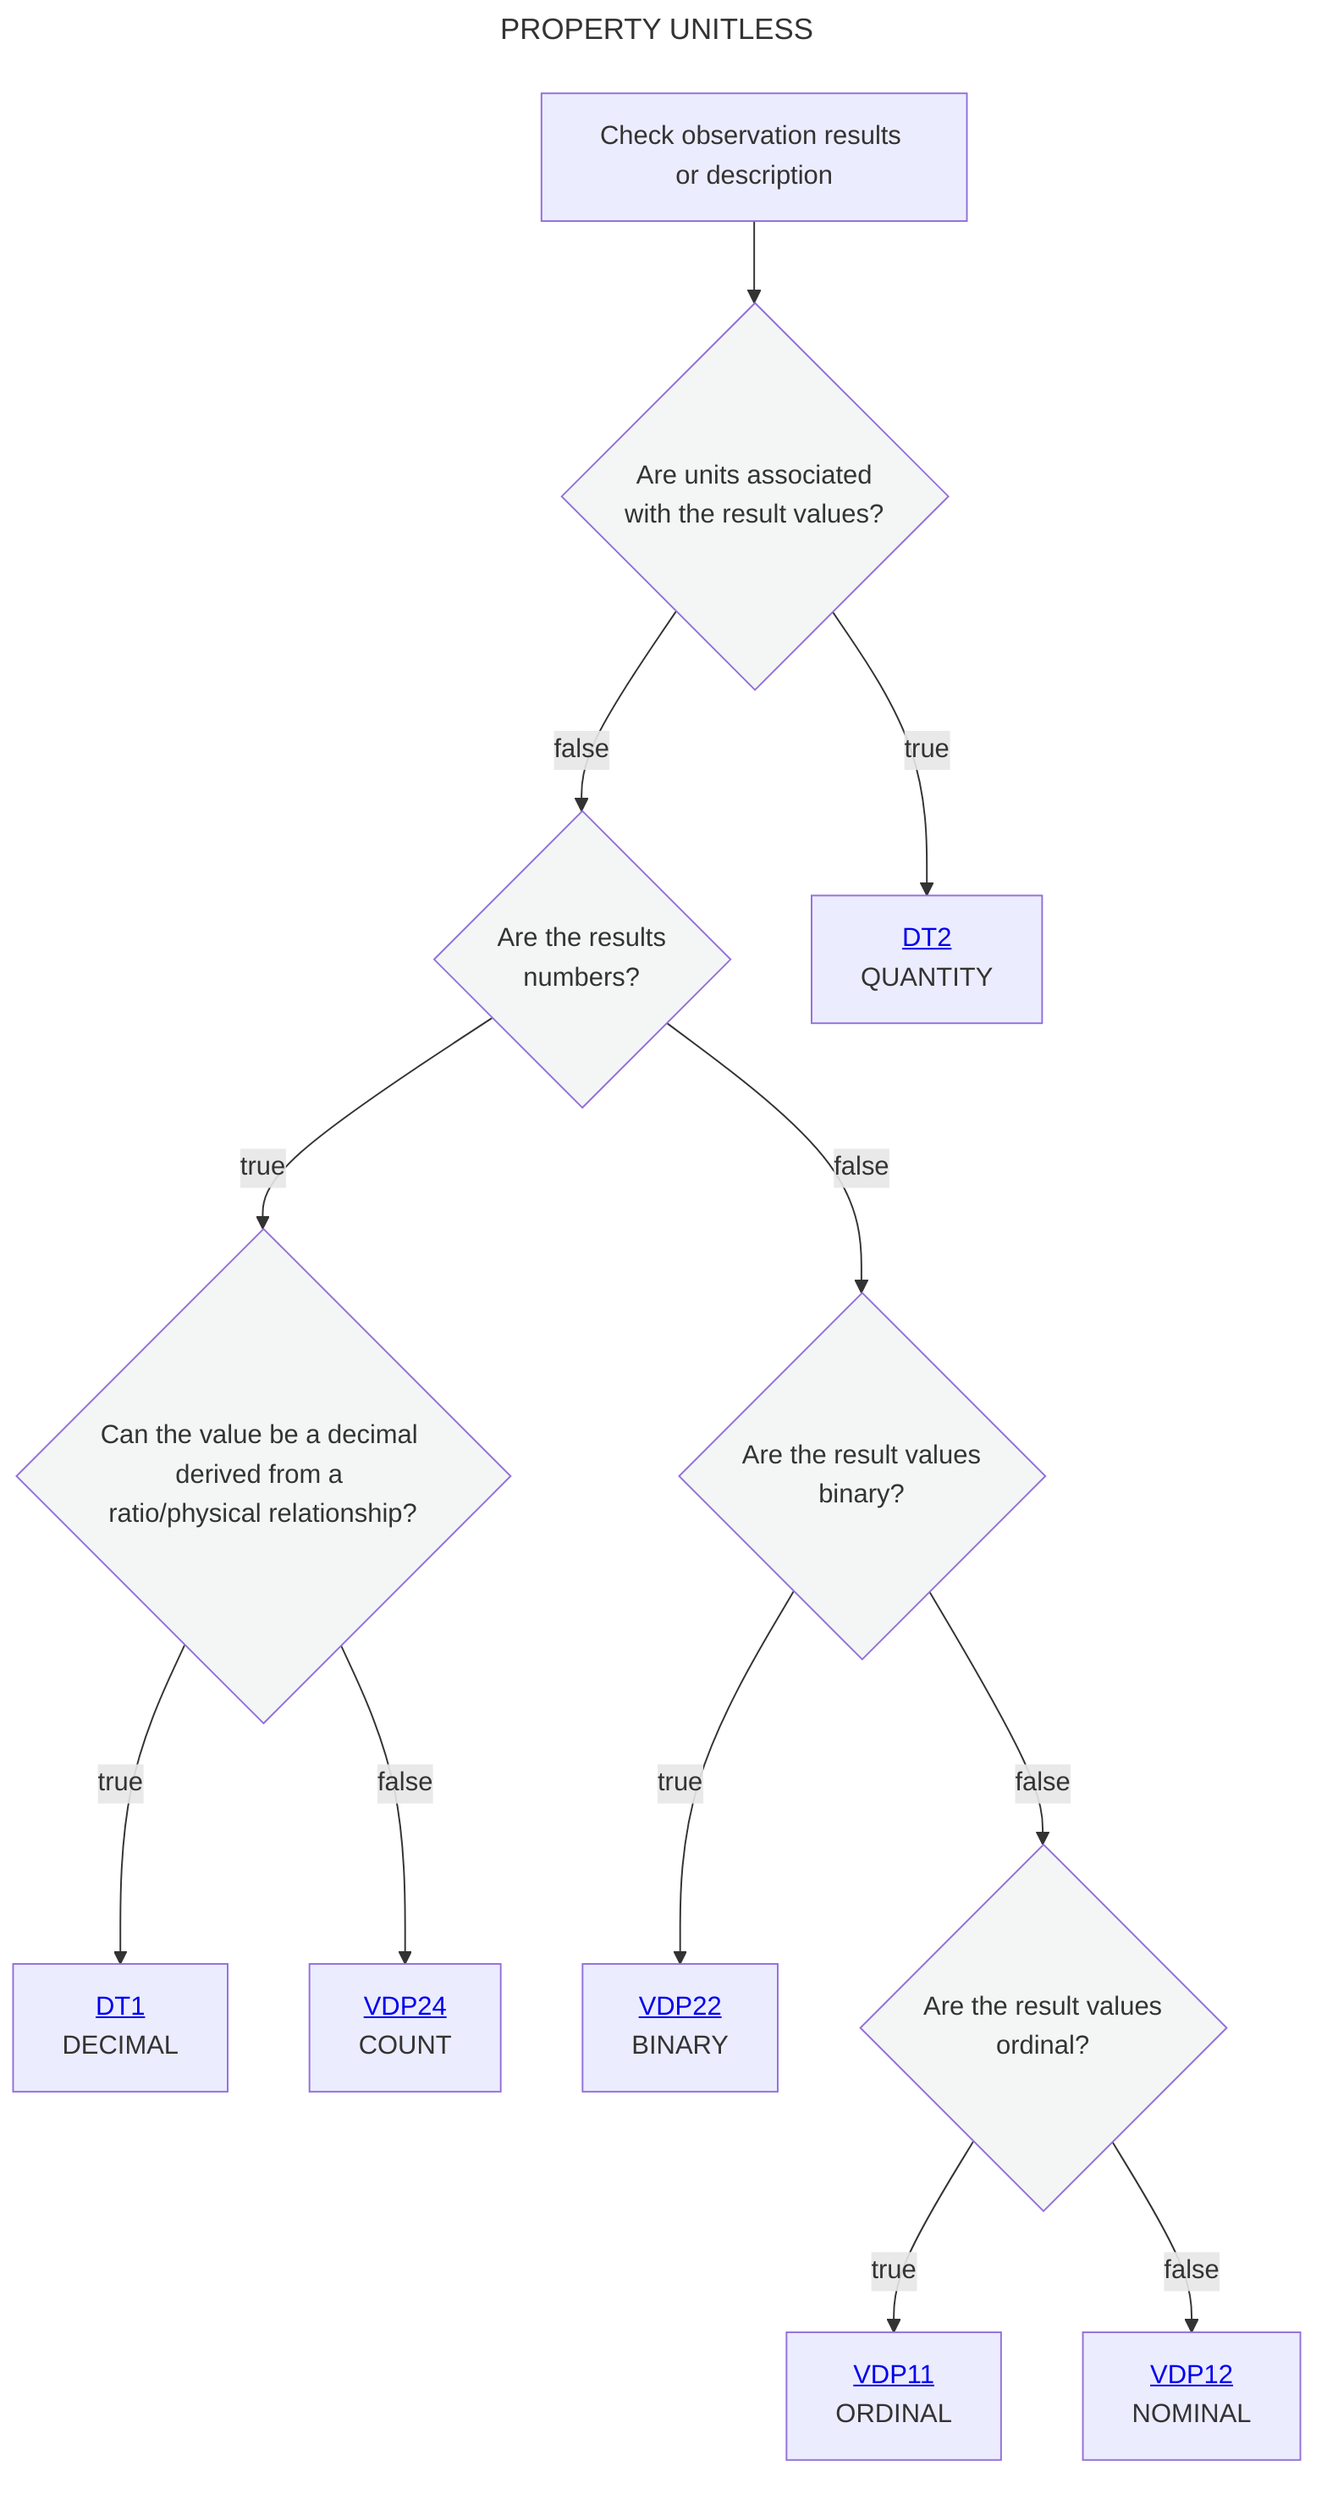
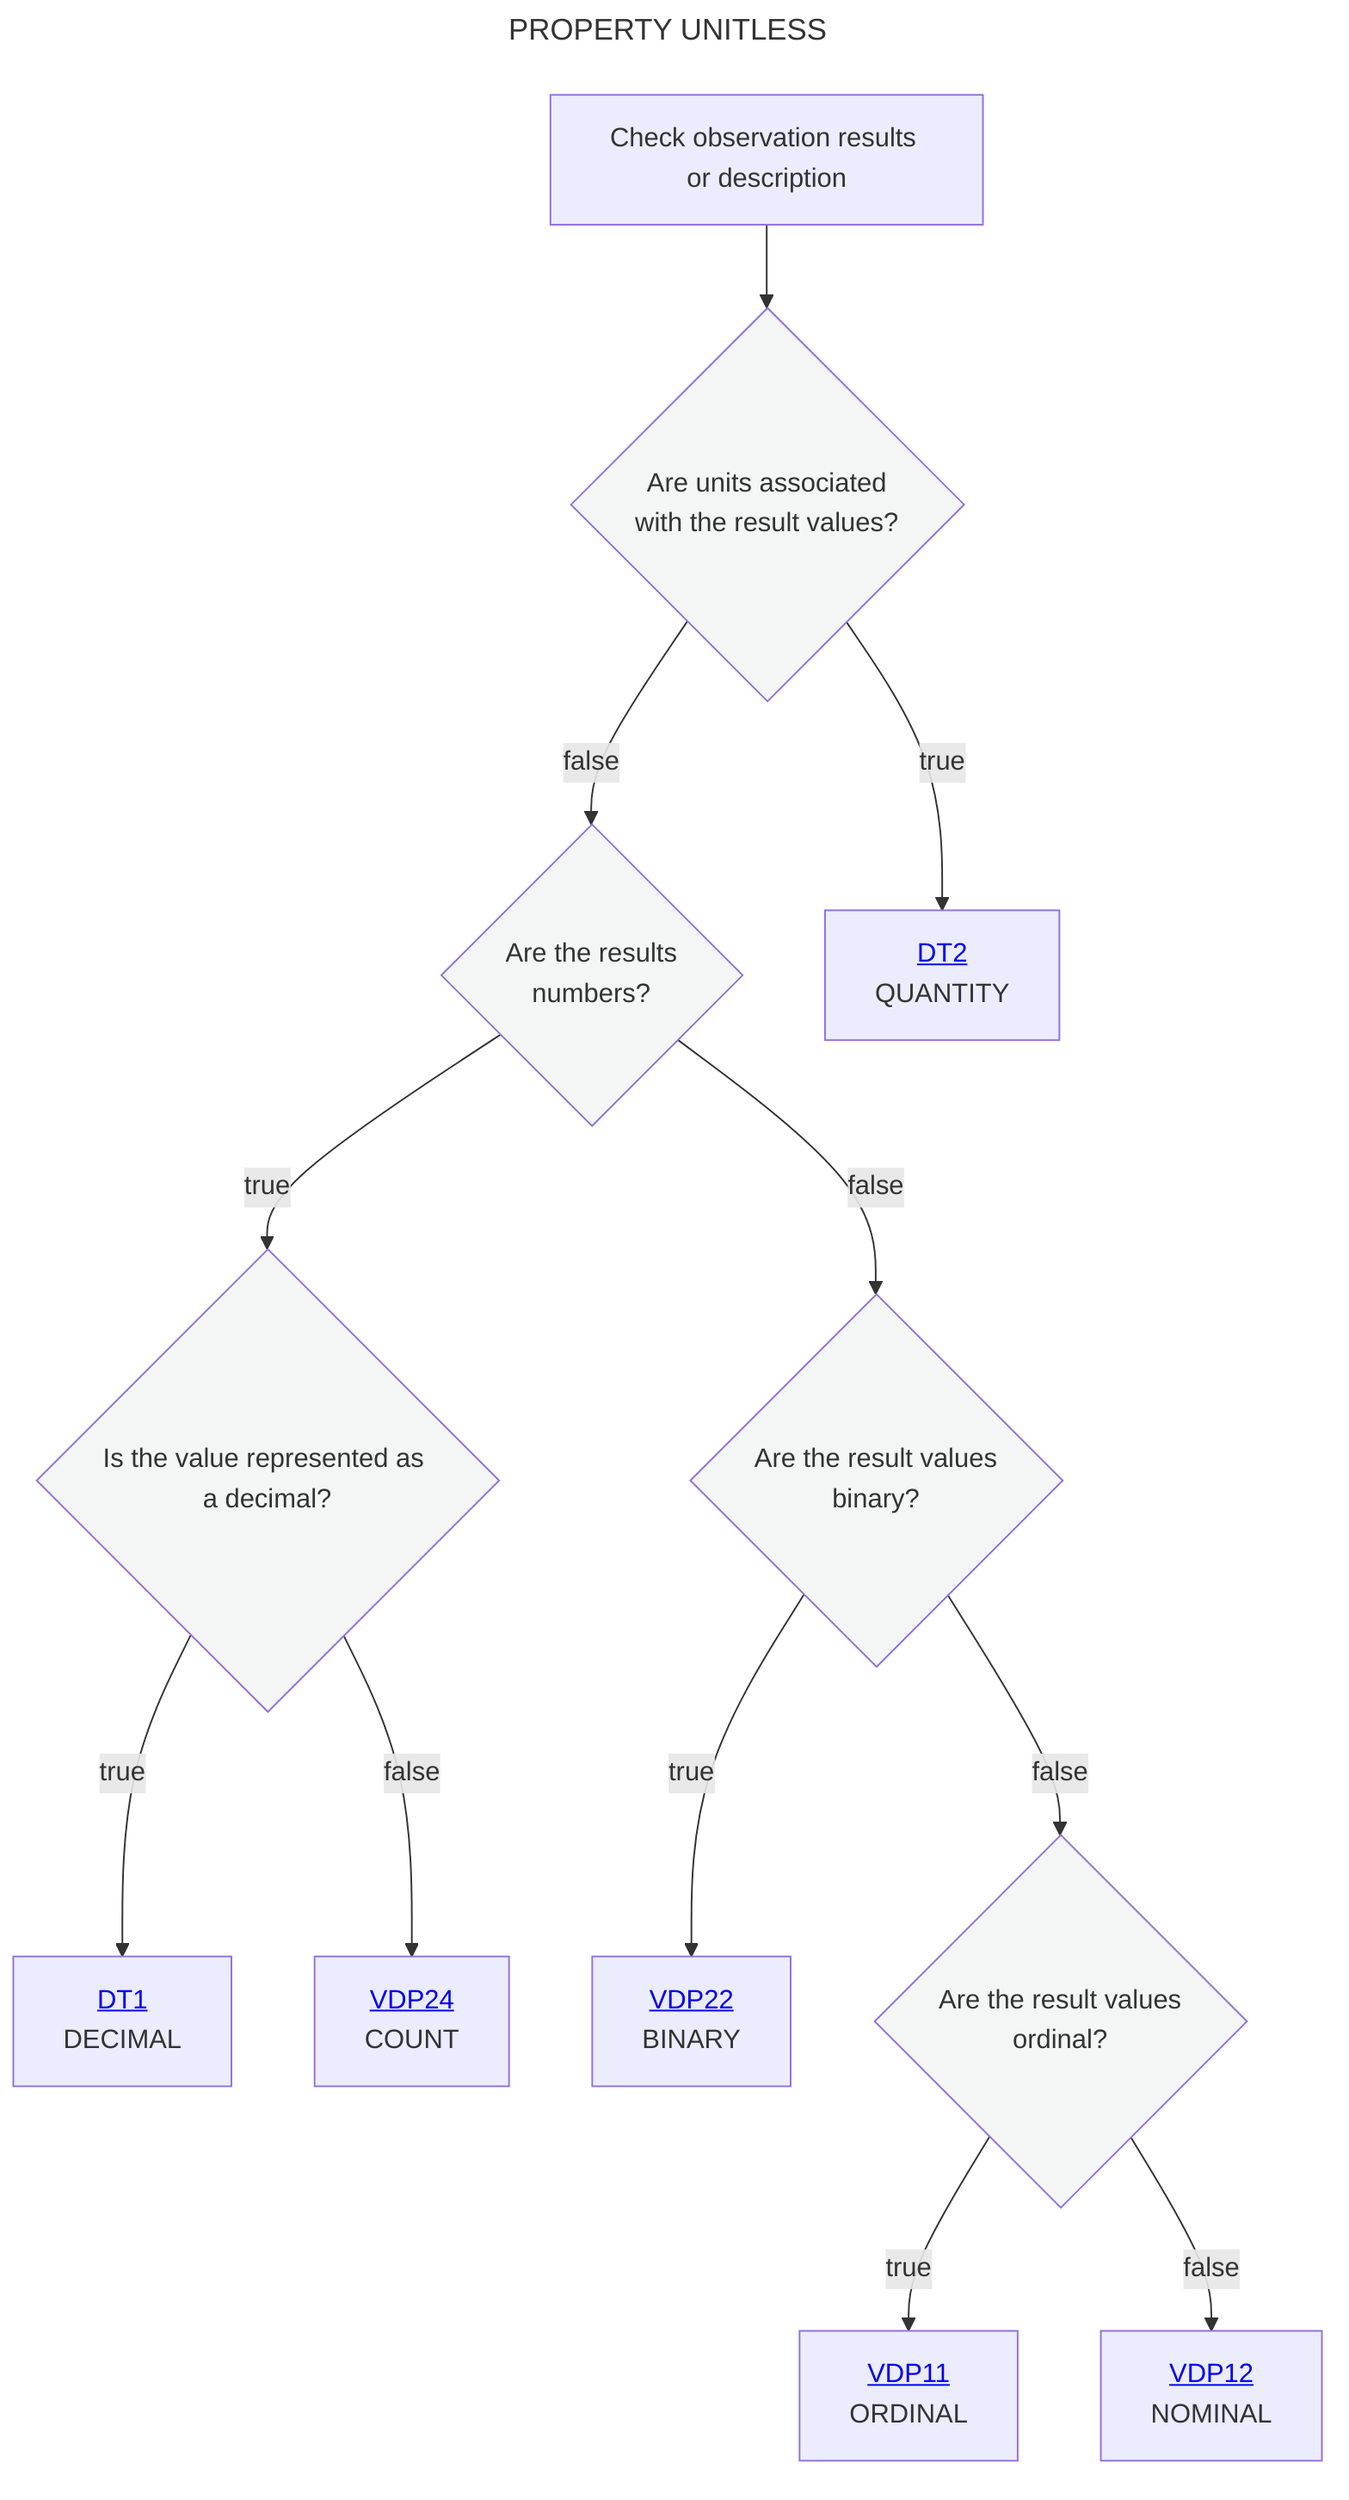
---
title: PROPERTY UNITLESS
---
flowchart TD
    A[Check observation results or description] --> B{Are units associated <br> with the result values?}:::white
    B --> |false|C{Are the results <br> numbers?}:::white
    B --> |true|D[<a href='https://github.com/mabablue/I-ADOPT-patterns-playground/blob/main/Decisition_trees/DT2.mmd'>DT2</a><br> QUANTITY]
    C --> |false|E{Are the result values <br> binary?}:::white
-     C --> |true|H{Can the value be a decimal derived from a ratio/physical relationship?}:::white
+     C --> |true|H{Is the value represented as a decimal?}:::white
    H --> |true|HI[<a href='https://github.com/mabablue/I-ADOPT-patterns-playground/blob/main/Decisition_trees/DT1.mmd'>DT1</a><br> DECIMAL]
    H --> |false|HK[<a href='https://github.com/mabablue/I-ADOPT-patterns-playground/blob/main/pattern/VDP24.yaml'>VDP24</a><br> COUNT]
    E --> |true|F[<a href='https://github.com/mabablue/I-ADOPT-patterns-playground/blob/main/pattern/VDP22.yaml'>VDP22</a><br> BINARY]
    E --> |false|I{Are the result values <br> ordinal?}:::white
    I --> |true|J[<a href='https://github.com/mabablue/I-ADOPT-patterns-playground/blob/main/pattern/VDP11.yaml'>VDP11</a><br> ORDINAL]
    I --> |false|K[<a href='https://github.com/mabablue/I-ADOPT-patterns-playground/blob/main/pattern/VDP12.yaml'>VDP12</a><br> NOMINAL]
   classDef blue fill:#90D5FF
   classDef satblue fill:#57B9FF
   classDef white fill:#f3f6f4
   classDef green fill:#6aa84f
